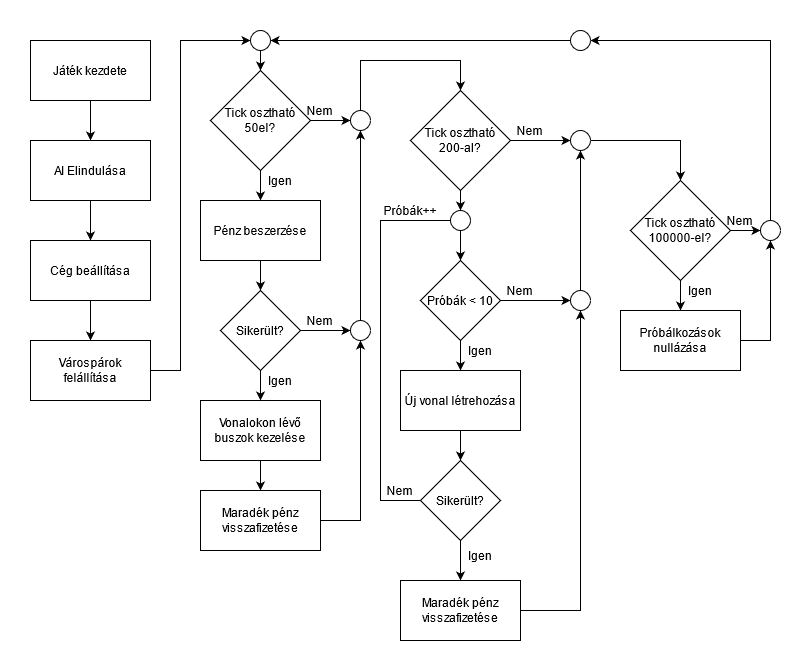
Before: Dolgozat/images/folyamat.png, a diagram exported from draw.io (baranyai2/Szakdolgozat). Source tidied: cells renumbered, new cells last; positions are measured from the earlier drawing's top-left corner, leaving out a move shared by most shapes. Source of this version:
```xml
<mxGraphModel>
  <root>
    <mxCell id="0" />
    <mxCell id="1" parent="0" />
    <mxCell id="2" style="edgeStyle=orthogonalEdgeStyle;rounded=0;jettySize=auto;html=1;entryX=0.5;entryY=0;entryDx=0;entryDy=0;" parent="1" edge="1" source="3" target="5">
      <mxGeometry relative="1" as="geometry" />
    </mxCell>
    <mxCell id="3" value="Játék kezdete" style="rounded=0;whiteSpace=wrap;html=1;" parent="1" vertex="1">
      <mxGeometry y="10" width="120" height="60" as="geometry" />
    </mxCell>
    <mxCell id="4" style="edgeStyle=orthogonalEdgeStyle;rounded=0;jettySize=auto;html=1;entryX=0.5;entryY=0;entryDx=0;entryDy=0;" parent="1" edge="1" source="5" target="7">
      <mxGeometry relative="1" as="geometry" />
    </mxCell>
    <mxCell id="5" value="AI Elindulása" style="rounded=0;whiteSpace=wrap;html=1;" parent="1" vertex="1">
      <mxGeometry y="110" width="120" height="60" as="geometry" />
    </mxCell>
    <mxCell id="6" style="edgeStyle=orthogonalEdgeStyle;rounded=0;jettySize=auto;html=1;entryX=0.5;entryY=0;entryDx=0;entryDy=0;" parent="1" edge="1" source="7" target="10">
      <mxGeometry relative="1" as="geometry" />
    </mxCell>
    <mxCell id="7" value="Cég beállítása" style="rounded=0;whiteSpace=wrap;html=1;" parent="1" vertex="1">
      <mxGeometry y="210" width="120" height="60" as="geometry" />
    </mxCell>
    <mxCell id="8" style="edgeStyle=orthogonalEdgeStyle;rounded=0;jettySize=auto;html=1;entryX=0.5;entryY=0;entryDx=0;entryDy=0;startArrow=none;" parent="1" edge="1" source="49" target="13">
      <mxGeometry relative="1" as="geometry" />
    </mxCell>
    <mxCell id="9" style="edgeStyle=orthogonalEdgeStyle;rounded=0;jettySize=auto;html=1;entryX=0;entryY=0.5;entryDx=0;entryDy=0;" parent="1" edge="1" source="10" target="49">
      <mxGeometry relative="1" as="geometry">
        <Array as="points">
          <mxPoint x="150" y="340" />
          <mxPoint x="150" y="10" />
        </Array>
      </mxGeometry>
    </mxCell>
    <mxCell id="10" value="Várospárok felállítása" style="rounded=0;whiteSpace=wrap;html=1;" parent="1" vertex="1">
      <mxGeometry y="310" width="120" height="60" as="geometry" />
    </mxCell>
    <mxCell id="11" style="edgeStyle=orthogonalEdgeStyle;rounded=0;jettySize=auto;html=1;" parent="1" edge="1" source="13" target="15">
      <mxGeometry relative="1" as="geometry" />
    </mxCell>
    <mxCell id="12" style="edgeStyle=orthogonalEdgeStyle;rounded=0;jettySize=auto;html=1;entryX=0;entryY=0.5;entryDx=0;entryDy=0;" parent="1" edge="1" source="13" target="42">
      <mxGeometry relative="1" as="geometry" />
    </mxCell>
    <mxCell id="13" value="Tick osztható 50el?" style="rhombus;whiteSpace=wrap;html=1;" parent="1" vertex="1">
      <mxGeometry x="180" y="40" width="100" height="100" as="geometry" />
    </mxCell>
    <mxCell id="14" style="edgeStyle=orthogonalEdgeStyle;rounded=0;jettySize=auto;html=1;entryX=0.5;entryY=0;entryDx=0;entryDy=0;" parent="1" edge="1" source="15" target="20">
      <mxGeometry relative="1" as="geometry" />
    </mxCell>
    <mxCell id="15" value="Pénz beszerzése" style="rounded=0;whiteSpace=wrap;html=1;" parent="1" vertex="1">
      <mxGeometry x="170" y="170" width="120" height="60" as="geometry" />
    </mxCell>
    <mxCell id="16" style="edgeStyle=orthogonalEdgeStyle;rounded=0;jettySize=auto;html=1;entryX=0.5;entryY=0;entryDx=0;entryDy=0;" parent="1" edge="1" source="17" target="22">
      <mxGeometry relative="1" as="geometry" />
    </mxCell>
    <mxCell id="17" value="Vonalokon lévő buszok kezelése" style="rounded=0;whiteSpace=wrap;html=1;" parent="1" vertex="1">
      <mxGeometry x="170" y="370" width="120" height="60" as="geometry" />
    </mxCell>
    <mxCell id="18" style="edgeStyle=orthogonalEdgeStyle;rounded=0;jettySize=auto;html=1;" parent="1" edge="1" source="20" target="17">
      <mxGeometry relative="1" as="geometry" />
    </mxCell>
    <mxCell id="19" style="edgeStyle=orthogonalEdgeStyle;rounded=0;jettySize=auto;html=1;entryX=0;entryY=0.5;entryDx=0;entryDy=0;" parent="1" edge="1" source="20" target="44">
      <mxGeometry relative="1" as="geometry" />
    </mxCell>
    <mxCell id="20" value="Sikerült?" style="rhombus;whiteSpace=wrap;html=1;" parent="1" vertex="1">
      <mxGeometry x="190" y="260" width="80" height="80" as="geometry" />
    </mxCell>
    <mxCell id="21" style="edgeStyle=orthogonalEdgeStyle;rounded=0;jettySize=auto;html=1;entryX=0.5;entryY=1;entryDx=0;entryDy=0;" parent="1" edge="1" source="22" target="44">
      <mxGeometry relative="1" as="geometry" />
    </mxCell>
    <mxCell id="22" value="Maradék pénz visszafizetése" style="rounded=0;whiteSpace=wrap;html=1;" parent="1" vertex="1">
      <mxGeometry x="170" y="460" width="120" height="60" as="geometry" />
    </mxCell>
    <mxCell id="23" style="edgeStyle=orthogonalEdgeStyle;rounded=0;jettySize=auto;html=1;entryX=0.5;entryY=0;entryDx=0;entryDy=0;" parent="1" edge="1" source="25" target="34">
      <mxGeometry relative="1" as="geometry" />
    </mxCell>
    <mxCell id="24" style="edgeStyle=orthogonalEdgeStyle;rounded=0;jettySize=auto;html=1;entryX=0;entryY=0.5;entryDx=0;entryDy=0;" parent="1" edge="1" source="25" target="46">
      <mxGeometry relative="1" as="geometry" />
    </mxCell>
    <mxCell id="25" value="Tick osztható 200-al?" style="rhombus;whiteSpace=wrap;html=1;" parent="1" vertex="1">
      <mxGeometry x="380" y="60" width="100" height="100" as="geometry" />
    </mxCell>
    <mxCell id="26" style="edgeStyle=orthogonalEdgeStyle;rounded=0;jettySize=auto;html=1;entryX=0.5;entryY=0;entryDx=0;entryDy=0;" parent="1" edge="1" source="27" target="30">
      <mxGeometry relative="1" as="geometry" />
    </mxCell>
    <mxCell id="27" value="Új vonal létrehozása" style="rounded=0;whiteSpace=wrap;html=1;" parent="1" vertex="1">
      <mxGeometry x="370" y="340" width="120" height="60" as="geometry" />
    </mxCell>
    <mxCell id="28" style="edgeStyle=orthogonalEdgeStyle;rounded=0;jettySize=auto;html=1;entryX=0.5;entryY=0;entryDx=0;entryDy=0;" parent="1" edge="1" source="30" target="32">
      <mxGeometry relative="1" as="geometry" />
    </mxCell>
    <mxCell id="29" style="edgeStyle=orthogonalEdgeStyle;rounded=0;jettySize=auto;html=1;entryX=1;entryY=0.5;entryDx=0;entryDy=0;" parent="1" edge="1" source="30" target="34">
      <mxGeometry relative="1" as="geometry">
        <Array as="points">
          <mxPoint x="350" y="470" />
          <mxPoint x="350" y="190" />
        </Array>
      </mxGeometry>
    </mxCell>
    <mxCell id="30" value="Sikerült?" style="rhombus;whiteSpace=wrap;html=1;" parent="1" vertex="1">
      <mxGeometry x="390" y="430" width="80" height="80" as="geometry" />
    </mxCell>
    <mxCell id="31" style="edgeStyle=orthogonalEdgeStyle;rounded=0;jettySize=auto;html=1;entryX=0.5;entryY=1;entryDx=0;entryDy=0;" parent="1" edge="1" source="32" target="60">
      <mxGeometry relative="1" as="geometry" />
    </mxCell>
    <mxCell id="32" value="Maradék pénz visszafizetése" style="rounded=0;whiteSpace=wrap;html=1;" parent="1" vertex="1">
      <mxGeometry x="370" y="550" width="120" height="60" as="geometry" />
    </mxCell>
    <mxCell id="33" style="edgeStyle=orthogonalEdgeStyle;rounded=0;jettySize=auto;html=1;entryX=0.5;entryY=0;entryDx=0;entryDy=0;" parent="1" edge="1" source="34" target="37">
      <mxGeometry relative="1" as="geometry" />
    </mxCell>
    <mxCell id="34" style="ellipse;whiteSpace=wrap;html=1;" parent="1" vertex="1">
      <mxGeometry x="420" y="180" width="20" height="20" as="geometry" />
    </mxCell>
    <mxCell id="35" style="edgeStyle=orthogonalEdgeStyle;rounded=0;jettySize=auto;html=1;entryX=0.5;entryY=0;entryDx=0;entryDy=0;" parent="1" edge="1" source="37" target="27">
      <mxGeometry relative="1" as="geometry" />
    </mxCell>
    <mxCell id="36" style="edgeStyle=orthogonalEdgeStyle;rounded=0;jettySize=auto;html=1;entryX=0;entryY=0.5;entryDx=0;entryDy=0;" parent="1" edge="1" source="37" target="60">
      <mxGeometry relative="1" as="geometry" />
    </mxCell>
    <mxCell id="37" value="Próbák &amp;lt; 10" style="rhombus;whiteSpace=wrap;html=1;" parent="1" vertex="1">
      <mxGeometry x="390" y="230" width="80" height="80" as="geometry" />
    </mxCell>
    <mxCell id="38" style="edgeStyle=orthogonalEdgeStyle;rounded=0;jettySize=auto;html=1;entryX=0.5;entryY=0;entryDx=0;entryDy=0;" parent="1" edge="1" source="40" target="48">
      <mxGeometry relative="1" as="geometry" />
    </mxCell>
    <mxCell id="39" style="edgeStyle=orthogonalEdgeStyle;rounded=0;jettySize=auto;html=1;entryX=0;entryY=0.5;entryDx=0;entryDy=0;" parent="1" edge="1" source="40" target="53">
      <mxGeometry relative="1" as="geometry" />
    </mxCell>
    <mxCell id="40" value="&lt;div&gt;Tick osztható&lt;/div&gt;&lt;div&gt;100000-el?&lt;br&gt;&lt;/div&gt;" style="rhombus;whiteSpace=wrap;html=1;" parent="1" vertex="1">
      <mxGeometry x="600" y="150" width="100" height="100" as="geometry" />
    </mxCell>
    <mxCell id="41" style="edgeStyle=orthogonalEdgeStyle;rounded=0;jettySize=auto;html=1;entryX=0.5;entryY=0;entryDx=0;entryDy=0;" parent="1" edge="1" source="42" target="25">
      <mxGeometry relative="1" as="geometry">
        <Array as="points">
          <mxPoint x="330" y="30" />
          <mxPoint x="430" y="30" />
        </Array>
      </mxGeometry>
    </mxCell>
    <mxCell id="42" style="ellipse;whiteSpace=wrap;html=1;" parent="1" vertex="1">
      <mxGeometry x="320" y="80" width="20" height="20" as="geometry" />
    </mxCell>
    <mxCell id="43" style="edgeStyle=orthogonalEdgeStyle;rounded=0;jettySize=auto;html=1;entryX=0.5;entryY=1;entryDx=0;entryDy=0;" parent="1" edge="1" source="44" target="42">
      <mxGeometry relative="1" as="geometry" />
    </mxCell>
    <mxCell id="44" style="ellipse;whiteSpace=wrap;html=1;" parent="1" vertex="1">
      <mxGeometry x="320" y="290" width="20" height="20" as="geometry" />
    </mxCell>
    <mxCell id="45" style="edgeStyle=orthogonalEdgeStyle;rounded=0;jettySize=auto;html=1;entryX=0.5;entryY=0;entryDx=0;entryDy=0;" parent="1" edge="1" source="46" target="40">
      <mxGeometry relative="1" as="geometry" />
    </mxCell>
    <mxCell id="46" style="ellipse;whiteSpace=wrap;html=1;" parent="1" vertex="1">
      <mxGeometry x="540" y="100" width="20" height="20" as="geometry" />
    </mxCell>
    <mxCell id="47" style="edgeStyle=orthogonalEdgeStyle;rounded=0;jettySize=auto;html=1;entryX=0.5;entryY=1;entryDx=0;entryDy=0;" parent="1" edge="1" source="48" target="53">
      <mxGeometry relative="1" as="geometry" />
    </mxCell>
    <mxCell id="48" value="Próbálkozások nullázása" style="rounded=0;whiteSpace=wrap;html=1;" parent="1" vertex="1">
      <mxGeometry x="590" y="280" width="120" height="60" as="geometry" />
    </mxCell>
    <mxCell id="49" style="ellipse;whiteSpace=wrap;html=1;" parent="1" vertex="1">
      <mxGeometry x="220" width="20" height="20" as="geometry" />
    </mxCell>
    <mxCell id="50" style="edgeStyle=orthogonalEdgeStyle;rounded=0;jettySize=auto;html=1;entryX=1;entryY=0.5;entryDx=0;entryDy=0;" parent="1" edge="1" source="51" target="49">
      <mxGeometry relative="1" as="geometry" />
    </mxCell>
    <mxCell id="51" style="ellipse;whiteSpace=wrap;html=1;" parent="1" vertex="1">
      <mxGeometry x="540" width="20" height="20" as="geometry" />
    </mxCell>
    <mxCell id="52" style="edgeStyle=orthogonalEdgeStyle;rounded=0;jettySize=auto;html=1;entryX=1;entryY=0.5;entryDx=0;entryDy=0;" parent="1" edge="1" source="53" target="51">
      <mxGeometry relative="1" as="geometry">
        <Array as="points">
          <mxPoint x="740" y="10" />
        </Array>
      </mxGeometry>
    </mxCell>
    <mxCell id="53" style="ellipse;whiteSpace=wrap;html=1;" parent="1" vertex="1">
      <mxGeometry x="730" y="190" width="20" height="20" as="geometry" />
    </mxCell>
    <mxCell id="54" value="Nem" style="text;html=1;strokeColor=none;fillColor=none;align=center;verticalAlign=middle;whiteSpace=wrap;rounded=0;" parent="1" vertex="1">
      <mxGeometry x="270" y="280" width="40" height="20" as="geometry" />
    </mxCell>
    <mxCell id="55" value="Nem" style="text;html=1;strokeColor=none;fillColor=none;align=center;verticalAlign=middle;whiteSpace=wrap;rounded=0;" parent="1" vertex="1">
      <mxGeometry x="350" y="450" width="40" height="20" as="geometry" />
    </mxCell>
    <mxCell id="56" value="Nem" style="text;html=1;strokeColor=none;fillColor=none;align=center;verticalAlign=middle;whiteSpace=wrap;rounded=0;" parent="1" vertex="1">
      <mxGeometry x="480" y="90" width="40" height="20" as="geometry" />
    </mxCell>
    <mxCell id="57" value="Nem" style="text;html=1;strokeColor=none;fillColor=none;align=center;verticalAlign=middle;whiteSpace=wrap;rounded=0;" parent="1" vertex="1">
      <mxGeometry x="270" y="70" width="40" height="20" as="geometry" />
    </mxCell>
    <mxCell id="58" value="Nem" style="text;html=1;strokeColor=none;fillColor=none;align=center;verticalAlign=middle;whiteSpace=wrap;rounded=0;" parent="1" vertex="1">
      <mxGeometry x="690" y="180" width="40" height="20" as="geometry" />
    </mxCell>
    <mxCell id="59" style="edgeStyle=orthogonalEdgeStyle;rounded=0;jettySize=auto;html=1;entryX=0.5;entryY=1;entryDx=0;entryDy=0;" parent="1" edge="1" source="60" target="46">
      <mxGeometry relative="1" as="geometry" />
    </mxCell>
    <mxCell id="60" style="ellipse;whiteSpace=wrap;html=1;" parent="1" vertex="1">
      <mxGeometry x="540" y="260" width="20" height="20" as="geometry" />
    </mxCell>
    <mxCell id="61" value="Nem" style="text;html=1;strokeColor=none;fillColor=none;align=center;verticalAlign=middle;whiteSpace=wrap;rounded=0;" parent="1" vertex="1">
      <mxGeometry x="470" y="250" width="40" height="20" as="geometry" />
    </mxCell>
    <mxCell id="62" value="Igen" style="text;html=1;strokeColor=none;fillColor=none;align=center;verticalAlign=middle;whiteSpace=wrap;rounded=0;" parent="1" vertex="1">
      <mxGeometry x="230" y="340" width="40" height="20" as="geometry" />
    </mxCell>
    <mxCell id="63" value="Igen" style="text;html=1;strokeColor=none;fillColor=none;align=center;verticalAlign=middle;whiteSpace=wrap;rounded=0;" parent="1" vertex="1">
      <mxGeometry x="430" y="515" width="40" height="20" as="geometry" />
    </mxCell>
    <mxCell id="64" value="Igen" style="text;html=1;strokeColor=none;fillColor=none;align=center;verticalAlign=middle;whiteSpace=wrap;rounded=0;" parent="1" vertex="1">
      <mxGeometry x="430" y="310" width="40" height="20" as="geometry" />
    </mxCell>
    <mxCell id="65" value="Igen" style="text;html=1;strokeColor=none;fillColor=none;align=center;verticalAlign=middle;whiteSpace=wrap;rounded=0;" parent="1" vertex="1">
      <mxGeometry x="650" y="250" width="40" height="20" as="geometry" />
    </mxCell>
    <mxCell id="66" value="Igen" style="text;html=1;strokeColor=none;fillColor=none;align=center;verticalAlign=middle;whiteSpace=wrap;rounded=0;" parent="1" vertex="1">
      <mxGeometry x="230" y="140" width="40" height="20" as="geometry" />
    </mxCell>
    <mxCell id="67" value="Próbák++" style="text;html=1;strokeColor=none;fillColor=none;align=center;verticalAlign=middle;whiteSpace=wrap;rounded=0;" parent="1" vertex="1">
      <mxGeometry x="360" y="170" width="40" height="20" as="geometry" />
    </mxCell>
  </root>
</mxGraphModel>
```
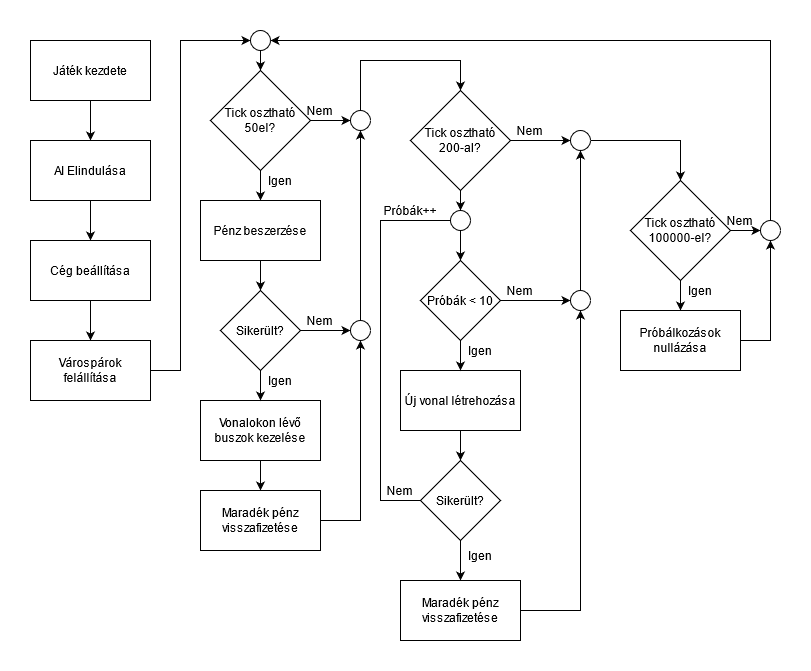
After the change.

Change to the diagram source:
```diff
@@ -161,19 +161,13 @@
     <mxCell id="49" style="ellipse;whiteSpace=wrap;html=1;" parent="1" vertex="1">
       <mxGeometry x="220" width="20" height="20" as="geometry" />
     </mxCell>
-    <mxCell id="50" style="edgeStyle=orthogonalEdgeStyle;rounded=0;jettySize=auto;html=1;entryX=1;entryY=0.5;entryDx=0;entryDy=0;" parent="1" edge="1" source="51" target="49">
-      <mxGeometry relative="1" as="geometry" />
-    </mxCell>
-    <mxCell id="51" style="ellipse;whiteSpace=wrap;html=1;" parent="1" vertex="1">
-      <mxGeometry x="540" width="20" height="20" as="geometry" />
-    </mxCell>
-    <mxCell id="52" style="edgeStyle=orthogonalEdgeStyle;rounded=0;jettySize=auto;html=1;entryX=1;entryY=0.5;entryDx=0;entryDy=0;" parent="1" edge="1" source="53" target="51">
-      <mxGeometry relative="1" as="geometry">
-        <Array as="points">
-          <mxPoint x="740" y="10" />
-        </Array>
-      </mxGeometry>
-    </mxCell>
+    <mxCell id="68" style="edgeStyle=orthogonalEdgeStyle;rounded=0;jettySize=auto;html=1;entryX=1;entryY=0.5;entryDx=0;entryDy=0;" parent="1" edge="1" source="53" target="49">
+      <mxGeometry relative="1" as="geometry">
+        <Array as="points">
+          <mxPoint x="740" y="10" />
+        </Array>
+      </mxGeometry>
+    </mxCell>
     <mxCell id="53" style="ellipse;whiteSpace=wrap;html=1;" parent="1" vertex="1">
       <mxGeometry x="730" y="190" width="20" height="20" as="geometry" />
     </mxCell>
```
